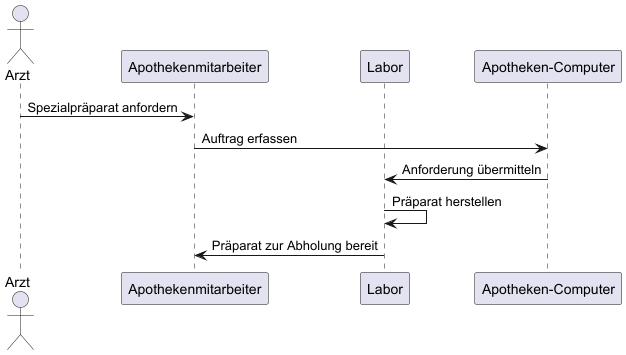
Earlier version of the PlantUML export PlantUML-Test/Sequence_3.png (Jack4948/Apotheke-G5-Public).
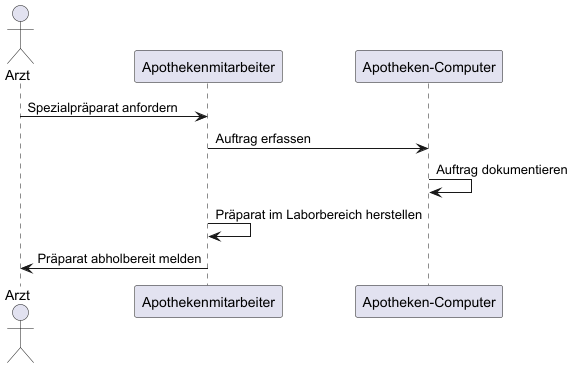
Above is the later version.

Change to the diagram source:
```diff
@@ -1,12 +1,11 @@
 @startuml
 actor Arzt
 participant Apothekenmitarbeiter
-participant Labor
 participant "Apotheken-Computer"
 
 Arzt -> Apothekenmitarbeiter : Spezialpräparat anfordern
 Apothekenmitarbeiter -> "Apotheken-Computer" : Auftrag erfassen
-"Apotheken-Computer" -> Labor : Anforderung übermitteln
-Labor -> Labor : Präparat herstellen
-Labor -> Apothekenmitarbeiter : Präparat zur Abholung bereit
+"Apotheken-Computer" -> "Apotheken-Computer" : Auftrag dokumentieren
+Apothekenmitarbeiter -> Apothekenmitarbeiter : Präparat im Laborbereich herstellen
+Apothekenmitarbeiter -> Arzt : Präparat abholbereit melden
 @enduml
```
